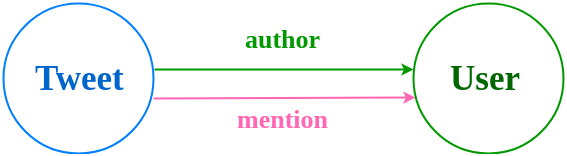
Earlier version of the draw.io export 2-flock-mutations/assets/graph-3.png (dgraph-io/workshop). Source tidied: cells renumbered, new cells last; positions are measured from the earlier drawing's top-left corner, leaving out a move shared by most shapes.
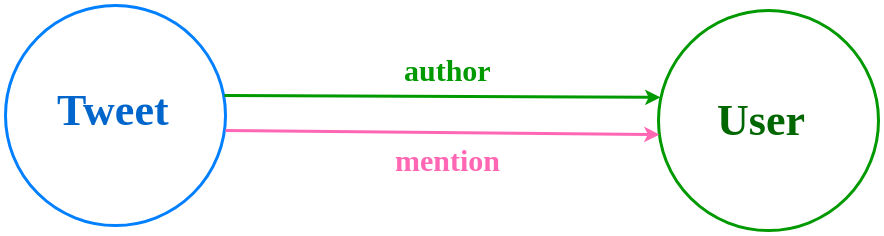
After the change.

Diff of the diagram source:
```diff
@@ -2,31 +2,29 @@
   <root>
     <mxCell id="0" />
     <mxCell id="1" parent="0" />
-    <mxCell id="2" style="ellipse;whiteSpace=wrap;html=1;labelBorderColor=#FF0000;labelBackgroundColor=#ffffff;strokeColor=#009900;strokeWidth=2;" parent="1" vertex="1">
-      <mxGeometry x="410" width="150" height="150" as="geometry" />
-    </mxCell>
-    <mxCell id="3" style="ellipse;whiteSpace=wrap;html=1;fontColor=#FF0000;labelBorderColor=#FF0000;labelBackgroundColor=#ffffff;strokeWidth=2;strokeColor=#007FFF;" parent="1" vertex="1">
-      <mxGeometry width="150" height="150" as="geometry" />
-    </mxCell>
+    <mxCell id="8" value="&lt;p&gt;&lt;font size=&quot;1&quot;&gt;&lt;b style=&quot;font-size: 30px&quot;&gt;author&lt;/b&gt;&lt;/font&gt;&lt;/p&gt;" style="text;html=1;align=center;verticalAlign=middle;fillColor=none;strokeColor=none;rounded=0;fontFamily=Verdana;fontStyle=0;fontColor=#009900;labelBackgroundColor=none;labelBorderColor=none;" parent="1" vertex="1">
+      <mxGeometry x="552.5" y="160" width="100" height="50" as="geometry" />
+    </mxCell>
+    <mxCell id="10" style="ellipse;whiteSpace=wrap;html=1;labelBorderColor=#FF0000;labelBackgroundColor=#ffffff;strokeColor=#009900;strokeWidth=3;" parent="1" vertex="1">
+      <mxGeometry x="813" y="125" width="220" height="220" as="geometry" />
+    </mxCell>
+    <mxCell id="11" style="ellipse;whiteSpace=wrap;html=1;fontColor=#FF0000;labelBorderColor=#FF0000;labelBackgroundColor=#ffffff;strokeWidth=3;strokeColor=#007FFF;" parent="1" vertex="1">
+      <mxGeometry x="160" y="120" width="220" height="220" as="geometry" />
+    </mxCell>
-    <mxCell id="4" value="&lt;font style=&quot;font-size: 35px;&quot;&gt;Tweet&lt;/font&gt;" style="text;html=1;align=left;verticalAlign=middle;fillColor=none;strokeColor=none;rounded=0;labelBackgroundColor=none;fontFamily=Verdana;fontSize=35;fontColor=#0066CC;fontStyle=1;" parent="1" vertex="1">
-      <mxGeometry x="30" y="60" width="90" height="30" as="geometry" />
+    <mxCell id="4" value="&lt;font style=&quot;font-size: 44px&quot;&gt;Tweet&lt;/font&gt;" style="text;html=1;align=left;verticalAlign=middle;fillColor=none;strokeColor=none;rounded=0;labelBackgroundColor=none;fontFamily=Verdana;fontSize=44;fontColor=#0066CC;fontStyle=1;" parent="1" vertex="1">
+      <mxGeometry x="210" y="200" width="120" height="50" as="geometry" />
     </mxCell>
-    <mxCell id="5" value="&lt;font style=&quot;font-size: 35px&quot;&gt;User&lt;/font&gt;" style="text;html=1;align=left;verticalAlign=middle;fillColor=none;strokeColor=none;rounded=0;labelBackgroundColor=none;fontFamily=Verdana;fontSize=15;fontColor=#006600;fontStyle=1;" parent="1" vertex="1">
-      <mxGeometry x="445" y="60" width="80" height="30" as="geometry" />
+    <mxCell id="5" value="&lt;font style=&quot;font-size: 44px&quot;&gt;User&lt;/font&gt;" style="text;html=1;align=left;verticalAlign=middle;fillColor=none;strokeColor=none;rounded=0;labelBackgroundColor=none;fontFamily=Verdana;fontSize=44;fontColor=#006600;fontStyle=1;" parent="1" vertex="1">
+      <mxGeometry x="870" y="220" width="100" height="30" as="geometry" />
     </mxCell>
-    <mxCell id="6" style="endArrow=classic;html=1;strokeColor=#009900;strokeWidth=2;fontFamily=Verdana;fontSize=35;fontColor=#0066CC;exitX=1.007;exitY=0.44;exitDx=0;exitDy=0;exitPerimeter=0;" parent="1" edge="1" source="3">
-      <mxGeometry relative="1" as="geometry">
-        <mxPoint x="410" y="66" as="targetPoint" />
-      </mxGeometry>
-    </mxCell>
-    <mxCell id="7" style="endArrow=classic;html=1;strokeColor=#FF66B3;strokeWidth=2;fontFamily=Verdana;fontSize=35;fontColor=#0066CC;entryX=0.013;entryY=0.627;entryDx=0;entryDy=0;exitX=1;exitY=0.633;exitDx=0;exitDy=0;exitPerimeter=0;entryPerimeter=0;" parent="1" edge="1" source="3" target="2">
-      <mxGeometry relative="1" as="geometry" />
-    </mxCell>
-    <mxCell id="8" value="&lt;p&gt;&lt;font style=&quot;font-size: 26px&quot;&gt;&lt;b&gt;author&lt;/b&gt;&lt;/font&gt;&lt;/p&gt;" style="text;html=1;align=center;verticalAlign=middle;fillColor=none;strokeColor=none;rounded=0;fontFamily=Verdana;fontStyle=0;fontColor=#009900;labelBackgroundColor=none;labelBorderColor=none;" parent="1" vertex="1">
-      <mxGeometry x="235" y="10" width="90" height="50" as="geometry" />
-    </mxCell>
+    <mxCell id="12" style="endArrow=classic;html=1;strokeColor=#009900;strokeWidth=3;fontFamily=Verdana;fontSize=35;fontColor=#0066CC;entryX=0.009;entryY=0.395;entryDx=0;entryDy=0;entryPerimeter=0;exitX=0.995;exitY=0.409;exitDx=0;exitDy=0;exitPerimeter=0;" parent="1" edge="1" source="11" target="10">
+      <mxGeometry relative="1" as="geometry" />
+    </mxCell>
-    <mxCell id="9" value="&lt;p&gt;&lt;font style=&quot;font-size: 26px&quot;&gt;&lt;b&gt;mention&lt;/b&gt;&lt;/font&gt;&lt;/p&gt;" style="text;html=1;align=center;verticalAlign=middle;fillColor=none;strokeColor=none;rounded=0;fontFamily=Verdana;fontStyle=0;fontColor=#FF66B3;labelBackgroundColor=none;labelBorderColor=none;" parent="1" vertex="1">
-      <mxGeometry x="225" y="90" width="110" height="50" as="geometry" />
+    <mxCell id="9" value="&lt;p&gt;&lt;font size=&quot;1&quot;&gt;&lt;b style=&quot;font-size: 30px&quot;&gt;mention&lt;/b&gt;&lt;/font&gt;&lt;/p&gt;" style="text;html=1;align=center;verticalAlign=middle;fillColor=none;strokeColor=none;rounded=0;fontFamily=Verdana;fontStyle=0;fontColor=#FF66B3;labelBackgroundColor=none;labelBorderColor=none;" parent="1" vertex="1">
+      <mxGeometry x="542.5" y="250" width="120" height="50" as="geometry" />
     </mxCell>
+    <mxCell id="13" style="endArrow=classic;html=1;strokeColor=#FF66B3;strokeWidth=3;fontFamily=Verdana;fontSize=35;fontColor=#0066CC;entryX=0.005;entryY=0.564;entryDx=0;entryDy=0;exitX=1;exitY=0.568;exitDx=0;exitDy=0;exitPerimeter=0;entryPerimeter=0;" parent="1" edge="1" source="11" target="10">
+      <mxGeometry relative="1" as="geometry" />
+    </mxCell>
   </root>
 </mxGraphModel>
```
